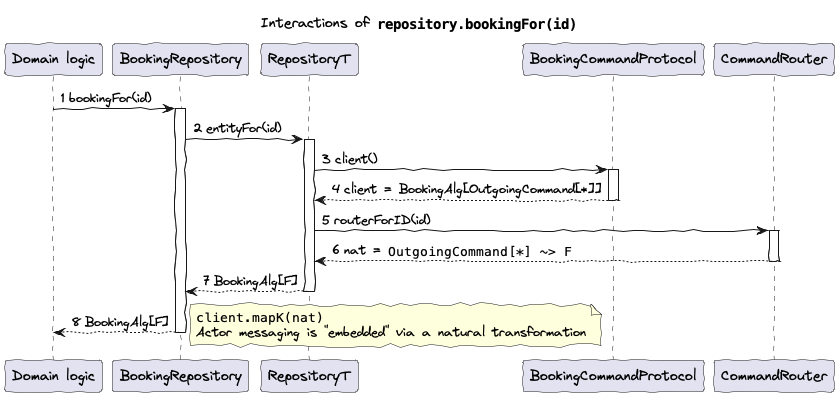
This is documentation/src/main/paradox/sequences/BookingRepository.png from endless4s/endless, a PlantUML export, as it was before one commit. Its diagram source:
```plantuml
@startuml
title Interactions of ""repository.bookingFor(id)""
skinparam handwritten true
skinparam TitleFontName Virgil 3 YOFF
skinparam NoteFontName  Virgil 3 YOFF
skinparam sequence {
 ParticipantFontName Virgil 3 YOFF
 ActorFontName Virgil 3 YOFF
 ReferenceFontName Virgil 3 YOFF
 MessageFontName Virgil 3 YOFF
 ArrowFontName Virgil 3 YOFF
}
participant "Domain logic" as Domain
participant BookingRepository as BookingRepository
participant RepositoryT as RepositoryT
participant BookingCommandProtocol as BookingCommandProtocol1
participant CommandRouter as CommandRouter
autonumber
autoactivate on

Domain -> BookingRepository: bookingFor(id)
BookingRepository -> RepositoryT: entityFor(id)
RepositoryT -> BookingCommandProtocol1: client()
return client = BookingAlg[OutgoingCommand[*]]
RepositoryT -> CommandRouter: routerForID(id)
return nat = ""OutgoingCommand[*] ~> F""
return BookingAlg[F]
return BookingAlg[F]
note right: ""client.mapK(nat)""\nActor messaging is "embedded" via a natural transformation
@enduml
```
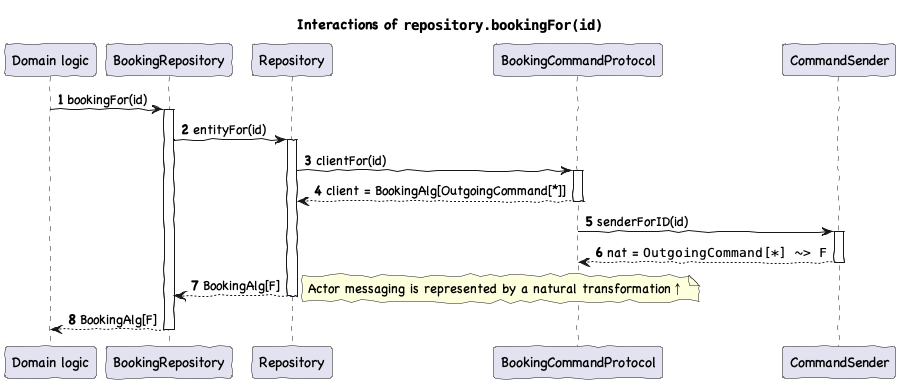
Later version of the same file.

Change to the diagram source:
```diff
@@ -1,30 +1,24 @@
 @startuml
 title Interactions of ""repository.bookingFor(id)""
 skinparam handwritten true
-skinparam TitleFontName Virgil 3 YOFF
-skinparam NoteFontName  Virgil 3 YOFF
-skinparam sequence {
- ParticipantFontName Virgil 3 YOFF
- ActorFontName Virgil 3 YOFF
- ReferenceFontName Virgil 3 YOFF
- MessageFontName Virgil 3 YOFF
- ArrowFontName Virgil 3 YOFF
-}
+skinparam defaultFontName Chalkboard
+
 participant "Domain logic" as Domain
 participant BookingRepository as BookingRepository
-participant RepositoryT as RepositoryT
+participant Repository as Repository
 participant BookingCommandProtocol as BookingCommandProtocol1
-participant CommandRouter as CommandRouter
+participant CommandSender as CommandSender
 autonumber
 autoactivate on
 
 Domain -> BookingRepository: bookingFor(id)
-BookingRepository -> RepositoryT: entityFor(id)
-RepositoryT -> BookingCommandProtocol1: client()
+BookingRepository -> Repository: entityFor(id)
+Repository -> BookingCommandProtocol1: clientFor(id)
 return client = BookingAlg[OutgoingCommand[*]]
-RepositoryT -> CommandRouter: routerForID(id)
+BookingCommandProtocol1 -> CommandSender: senderForID(id)
 return nat = ""OutgoingCommand[*] ~> F""
 return BookingAlg[F]
+note right: Actor messaging is represented by a natural transformation↑
+
 return BookingAlg[F]
-note right: ""client.mapK(nat)""\nActor messaging is "embedded" via a natural transformation
 @enduml
```
